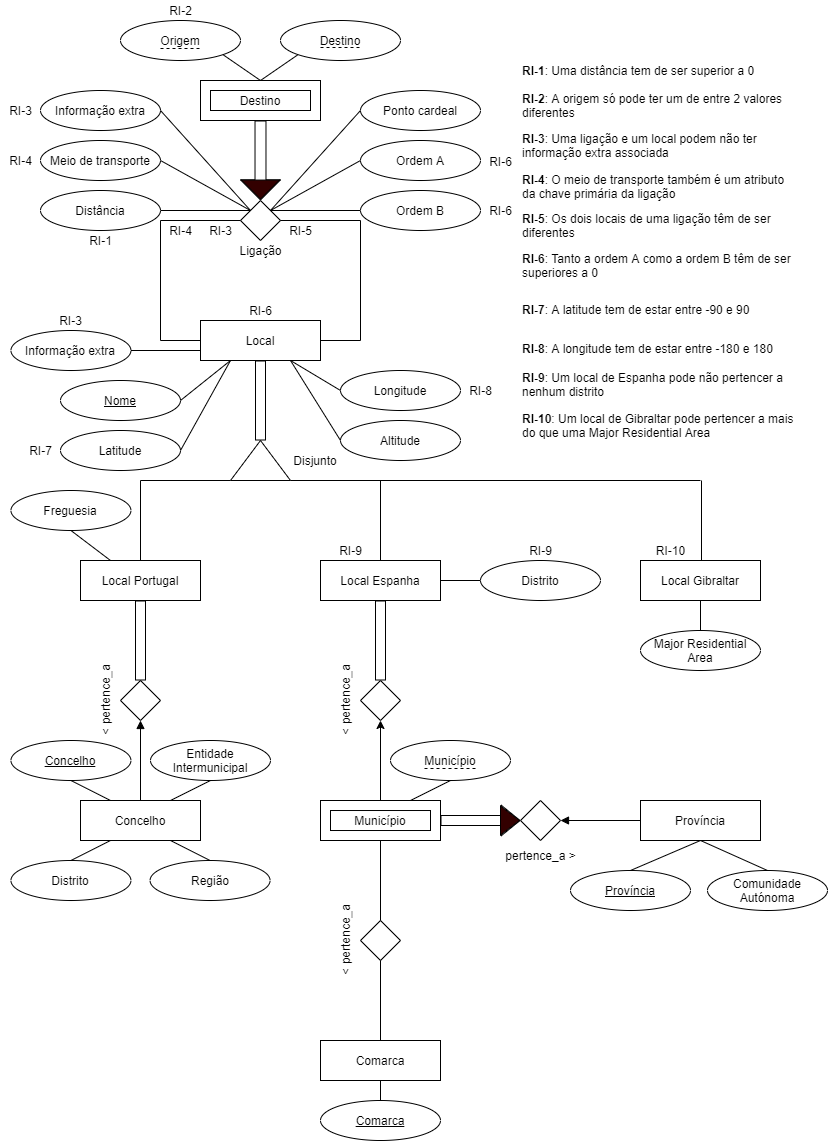
Earlier version of the draw.io export src/viajar/base_dados/diagrama_e_a.png (migueldgoncalves/Viajar). Source tidied: cells renumbered, new cells last; positions are measured from the earlier drawing's top-left corner, leaving out a move shared by most shapes.
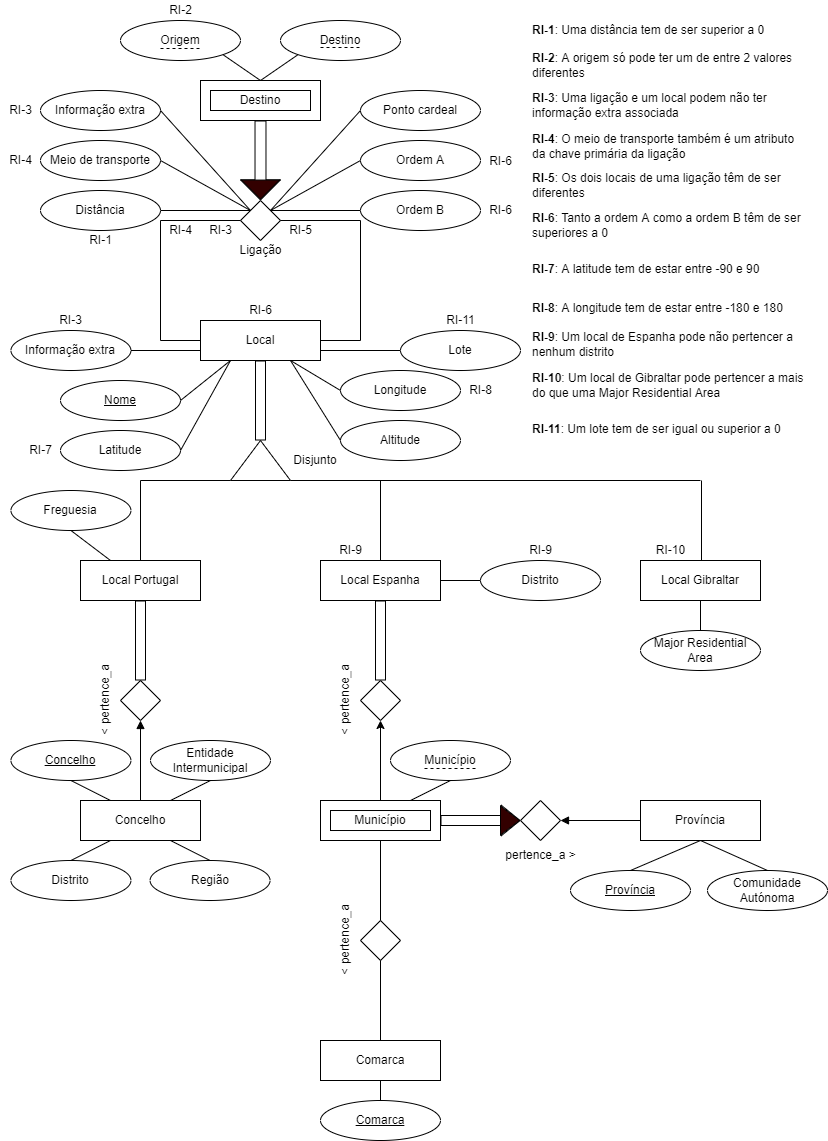
Later version of the same file.

Commit message:
Introduzido suporte para número de lote nos locais

Change to the diagram source:
```diff
@@ -26,6 +26,9 @@
     <mxCell id="9" style="edgeStyle=orthogonalEdgeStyle;rounded=0;jettySize=auto;html=1;exitX=0;exitY=0.75;exitDx=0;exitDy=0;entryX=1;entryY=0.5;entryDx=0;entryDy=0;endArrow=none;endFill=0;" parent="1" edge="1" source="10" target="99">
       <mxGeometry relative="1" as="geometry" />
     </mxCell>
+    <mxCell id="125" style="edgeStyle=orthogonalEdgeStyle;rounded=0;jettySize=auto;html=1;exitX=1;exitY=0.75;exitDx=0;exitDy=0;entryX=0;entryY=0.5;entryDx=0;entryDy=0;endArrow=none;endFill=0;" parent="1" edge="1" source="10" target="126">
+      <mxGeometry relative="1" as="geometry" />
+    </mxCell>
     <mxCell id="10" value="Local" style="rounded=0;whiteSpace=wrap;html=1;" parent="1" vertex="1">
       <mxGeometry x="200" y="320" width="120" height="40" as="geometry" />
     </mxCell>
@@ -266,19 +269,19 @@
       </mxGeometry>
     </mxCell>
     <mxCell id="79" value="&lt;b&gt;RI-1&lt;/b&gt;: Uma distância tem de ser superior a 0" style="text;html=1;strokeColor=none;fillColor=none;align=left;verticalAlign=middle;whiteSpace=wrap;rounded=0;" parent="1" vertex="1">
-      <mxGeometry x="520" y="60" width="280" height="20" as="geometry" />
+      <mxGeometry x="530" y="20" width="280" height="20" as="geometry" />
     </mxCell>
     <mxCell id="80" value="RI-1" style="text;html=1;align=center;verticalAlign=middle;" parent="1" vertex="1">
       <mxGeometry x="80" y="230" width="40" height="20" as="geometry" />
     </mxCell>
     <mxCell id="81" value="&lt;b&gt;RI-2&lt;/b&gt;: A origem só pode ter um de entre 2 valores diferentes" style="text;html=1;strokeColor=none;fillColor=none;align=left;verticalAlign=middle;whiteSpace=wrap;rounded=0;" parent="1" vertex="1">
-      <mxGeometry x="520" y="90" width="280" height="30" as="geometry" />
+      <mxGeometry x="530" y="50" width="280" height="30" as="geometry" />
     </mxCell>
     <mxCell id="82" value="RI-2" style="text;html=1;align=center;verticalAlign=middle;" parent="1" vertex="1">
       <mxGeometry x="160" width="40" height="20" as="geometry" />
     </mxCell>
     <mxCell id="83" value="&lt;b&gt;RI-3&lt;/b&gt;: Uma ligação e um local podem não ter informação extra associada" style="text;html=1;strokeColor=none;fillColor=none;align=left;verticalAlign=middle;whiteSpace=wrap;rounded=0;" parent="1" vertex="1">
-      <mxGeometry x="520" y="130" width="280" height="30" as="geometry" />
+      <mxGeometry x="530" y="90" width="280" height="30" as="geometry" />
     </mxCell>
     <mxCell id="84" value="RI-3" style="text;html=1;align=center;verticalAlign=middle;" parent="1" vertex="1">
       <mxGeometry y="100" width="40" height="20" as="geometry" />
@@ -287,19 +290,19 @@
       <mxGeometry x="200" y="220" width="40" height="20" as="geometry" />
     </mxCell>
     <mxCell id="86" value="&lt;b&gt;RI-7&lt;/b&gt;: A latitude tem de estar entre -90 e 90" style="text;html=1;strokeColor=none;fillColor=none;align=left;verticalAlign=middle;whiteSpace=wrap;rounded=0;" parent="1" vertex="1">
-      <mxGeometry x="520" y="299" width="280" height="20" as="geometry" />
+      <mxGeometry x="530" y="259" width="280" height="20" as="geometry" />
     </mxCell>
     <mxCell id="87" value="RI-7" style="text;html=1;align=center;verticalAlign=middle;" parent="1" vertex="1">
       <mxGeometry x="20" y="440" width="40" height="20" as="geometry" />
     </mxCell>
     <mxCell id="88" value="&lt;b&gt;RI-8&lt;/b&gt;: A longitude tem de estar entre -180 e 180" style="text;html=1;strokeColor=none;fillColor=none;align=left;verticalAlign=middle;whiteSpace=wrap;rounded=0;" parent="1" vertex="1">
-      <mxGeometry x="520" y="338.1" width="280" height="20" as="geometry" />
+      <mxGeometry x="530" y="298.1" width="280" height="20" as="geometry" />
     </mxCell>
     <mxCell id="89" value="RI-8" style="text;html=1;align=center;verticalAlign=middle;" parent="1" vertex="1">
       <mxGeometry x="460" y="380" width="40" height="20" as="geometry" />
     </mxCell>
     <mxCell id="90" value="&lt;b&gt;RI-9&lt;/b&gt;: Um local de Espanha pode não pertencer a nenhum distrito" style="text;html=1;strokeColor=none;fillColor=none;align=left;verticalAlign=middle;whiteSpace=wrap;rounded=0;" parent="1" vertex="1">
-      <mxGeometry x="520" y="369" width="280" height="30" as="geometry" />
+      <mxGeometry x="530" y="329" width="280" height="30" as="geometry" />
     </mxCell>
     <mxCell id="91" value="RI-9" style="text;html=1;align=center;verticalAlign=middle;" parent="1" vertex="1">
       <mxGeometry x="520" y="540" width="40" height="20" as="geometry" />
@@ -308,10 +311,10 @@
       <mxGeometry x="330" y="540" width="40" height="20" as="geometry" />
     </mxCell>
     <mxCell id="93" value="&lt;b&gt;RI-4&lt;/b&gt;: O meio de transporte também é um atributo da chave primária da ligação" style="text;html=1;strokeColor=none;fillColor=none;align=left;verticalAlign=middle;whiteSpace=wrap;rounded=0;" parent="1" vertex="1">
-      <mxGeometry x="520" y="171" width="280" height="29.1" as="geometry" />
+      <mxGeometry x="530" y="131" width="280" height="29.1" as="geometry" />
     </mxCell>
     <mxCell id="94" value="&lt;b&gt;RI-5&lt;/b&gt;: Os dois locais de uma ligação têm de ser diferentes" style="text;html=1;strokeColor=none;fillColor=none;align=left;verticalAlign=middle;whiteSpace=wrap;rounded=0;" parent="1" vertex="1">
-      <mxGeometry x="520" y="210" width="280" height="30.1" as="geometry" />
+      <mxGeometry x="530" y="170" width="280" height="30.1" as="geometry" />
     </mxCell>
     <mxCell id="95" value="RI-4" style="text;html=1;align=center;verticalAlign=middle;" parent="1" vertex="1">
       <mxGeometry y="150" width="40" height="20" as="geometry" />
@@ -344,7 +347,7 @@
       <mxGeometry relative="1" as="geometry" />
     </mxCell>
     <mxCell id="105" value="&lt;b&gt;RI-6&lt;/b&gt;: Tanto a ordem A como a ordem B têm de ser superiores a 0" style="text;html=1;strokeColor=none;fillColor=none;align=left;verticalAlign=middle;whiteSpace=wrap;rounded=0;" parent="1" vertex="1">
-      <mxGeometry x="520" y="250" width="280" height="30" as="geometry" />
+      <mxGeometry x="530" y="210" width="280" height="30" as="geometry" />
     </mxCell>
     <mxCell id="106" value="RI-6" style="text;html=1;align=center;verticalAlign=middle;" parent="1" vertex="1">
       <mxGeometry x="480" y="151" width="40" height="20" as="geometry" />
@@ -411,7 +414,16 @@
       <mxGeometry x="640" y="630" width="120" height="40" as="geometry" />
     </mxCell>
     <mxCell id="124" value="&lt;b&gt;RI-10&lt;/b&gt;: Um local de Gibraltar pode pertencer a mais do que uma Major Residential Area" style="text;html=1;strokeColor=none;fillColor=none;align=left;verticalAlign=middle;whiteSpace=wrap;rounded=0;" parent="1" vertex="1">
-      <mxGeometry x="520" y="410" width="280" height="30" as="geometry" />
+      <mxGeometry x="530" y="370" width="280" height="30" as="geometry" />
     </mxCell>
+    <mxCell id="126" value="Lote" style="ellipse;whiteSpace=wrap;html=1;fillColor=none;" parent="1" vertex="1">
+      <mxGeometry x="400" y="330" width="120" height="40" as="geometry" />
+    </mxCell>
+    <mxCell id="127" value="RI-11" style="text;html=1;align=center;verticalAlign=middle;" parent="1" vertex="1">
+      <mxGeometry x="440" y="310" width="40" height="20" as="geometry" />
+    </mxCell>
+    <mxCell id="128" value="&lt;b&gt;RI-11&lt;/b&gt;: Um lote tem de ser igual ou superior a 0" style="text;html=1;strokeColor=none;fillColor=none;align=left;verticalAlign=middle;whiteSpace=wrap;rounded=0;" parent="1" vertex="1">
+      <mxGeometry x="530" y="419" width="280" height="20" as="geometry" />
+    </mxCell>
   </root>
 </mxGraphModel>
```
